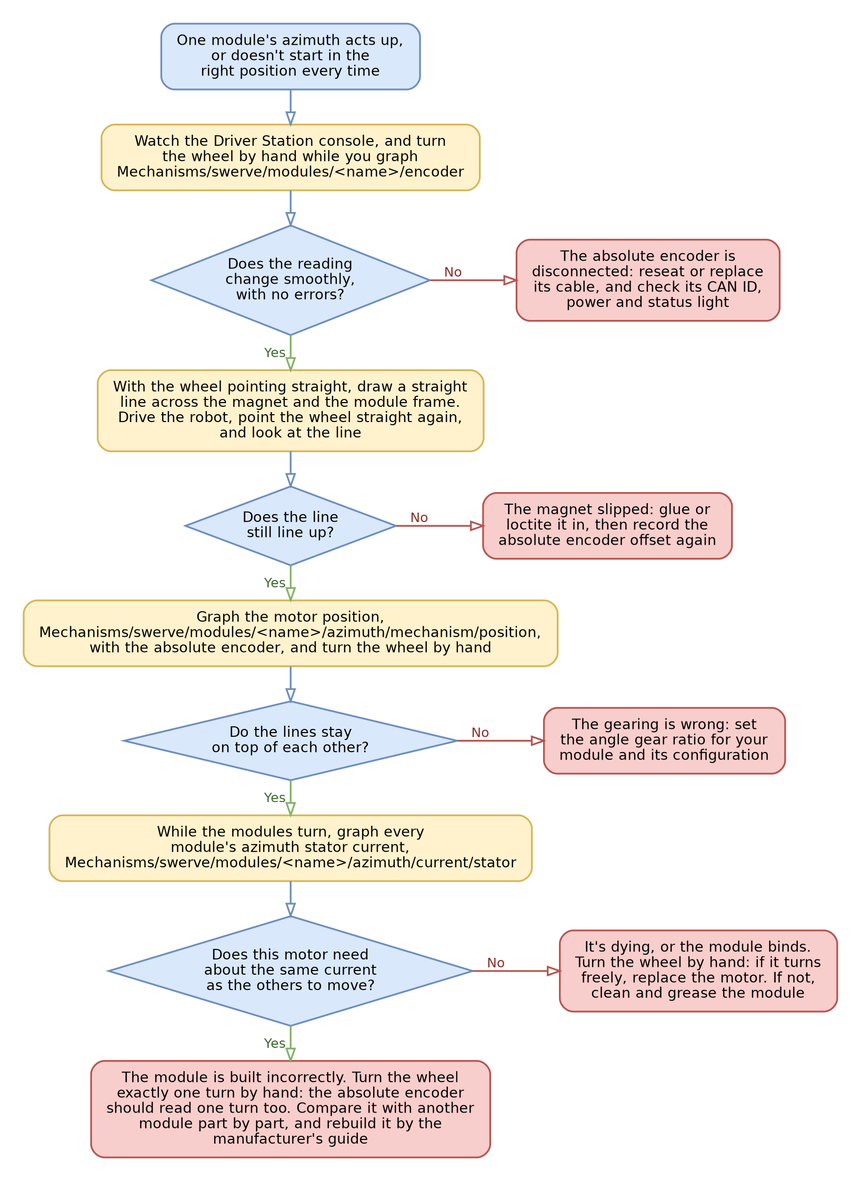
Yet-Another-Software-Suite/YAGSL-gitbook keeps this Graphviz diagram as .gitbook/assets/yagsl-flowchart-azimuth.png. Above is the earlier version. Its source is kept beside it as .gitbook/assets/yagsl-flowchart-azimuth.dot.
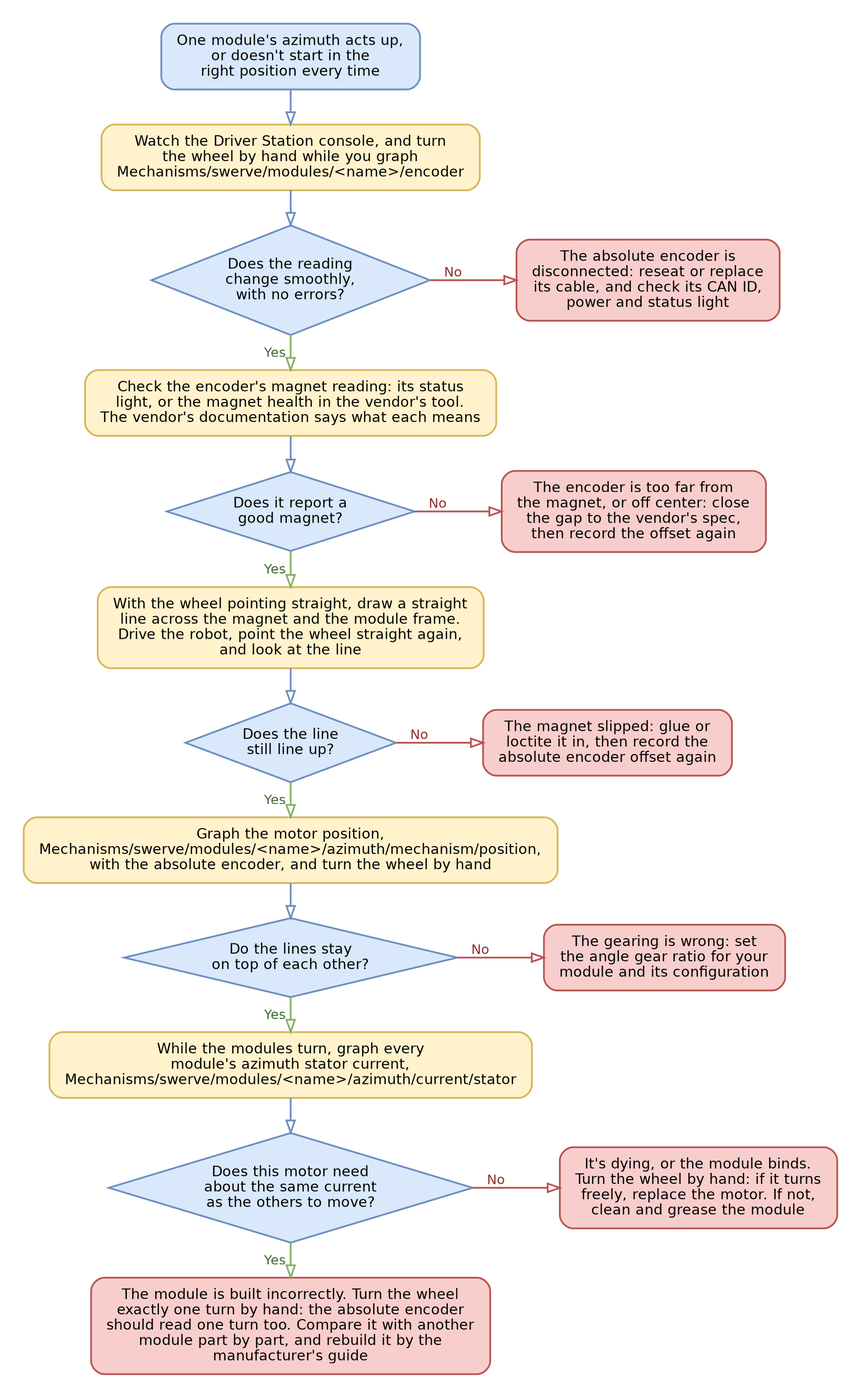
The same diagram one commit later.

Commit message:
Flowcharts: storage last for a slow robot, simpler scaling check, loop overruns at startup are normal, locations in inches, encoder too far from the magnet, drive-straight check is for angle gearing

Diff of the diagram source:
```diff
@@ -12,39 +12,46 @@
   h1 -> q1 [color="#6c8ebf", weight=10];
   q1 -> f1 [xlabel=" No ", color="#b85450", fontcolor="#8c2f2b"];
   q1 -> h2 [xlabel=" Yes ", color="#82b366", fontcolor="#3d6b2f", weight=10];
-  h2 [label="With the wheel pointing straight, draw a straight
-line across the magnet and the module frame.
-Drive the robot, point the wheel straight again,
-and look at the line", shape=box, style="rounded,filled", fillcolor="#fff2cc", color="#d6b656"];
-  q2 [label="Does the line
-still line up?", shape=diamond, style=filled, fillcolor="#dae8fc", color="#6c8ebf", margin="0.05,0.05"];
-  f2 [label="The magnet slipped: glue or
-loctite it in, then record the
-absolute encoder offset again", shape=box, style="rounded,filled", fillcolor="#f8cecc", color="#b85450"];
+  h2 [label="Check the encoder's magnet reading: its status\nlight, or the magnet health in the vendor's tool.\nThe vendor's documentation says what each means", shape=box, style="rounded,filled", fillcolor="#fff2cc", color="#d6b656"];
+  q2 [label="Does it report a\ngood magnet?", shape=diamond, style=filled, fillcolor="#dae8fc", color="#6c8ebf", margin="0.05,0.05"];
+  f2 [label="The encoder is too far from\nthe magnet, or off center: close\nthe gap to the vendor's spec,\nthen record the offset again", shape=box, style="rounded,filled", fillcolor="#f8cecc", color="#b85450"];
   {rank=same; q2; f2;}
   h2 -> q2 [color="#6c8ebf", weight=10];
   q2 -> f2 [xlabel=" No ", color="#b85450", fontcolor="#8c2f2b"];
   q2 -> h3 [xlabel=" Yes ", color="#82b366", fontcolor="#3d6b2f", weight=10];
-  h3 [label="Graph the motor position,\nMechanisms/swerve/modules/<name>/azimuth/mechanism/position,\nwith the absolute encoder, and turn the wheel by hand", shape=box, style="rounded,filled", fillcolor="#fff2cc", color="#d6b656"];
-  q3 [label="Do the lines stay\non top of each other?", shape=diamond, style=filled, fillcolor="#dae8fc", color="#6c8ebf", margin="0.05,0.05"];
-  f3 [label="The gearing is wrong: set\nthe angle gear ratio for your\nmodule and its configuration", shape=box, style="rounded,filled", fillcolor="#f8cecc", color="#b85450"];
+  h3 [label="With the wheel pointing straight, draw a straight
+line across the magnet and the module frame.
+Drive the robot, point the wheel straight again,
+and look at the line", shape=box, style="rounded,filled", fillcolor="#fff2cc", color="#d6b656"];
+  q3 [label="Does the line
+still line up?", shape=diamond, style=filled, fillcolor="#dae8fc", color="#6c8ebf", margin="0.05,0.05"];
+  f3 [label="The magnet slipped: glue or
+loctite it in, then record the
+absolute encoder offset again", shape=box, style="rounded,filled", fillcolor="#f8cecc", color="#b85450"];
   {rank=same; q3; f3;}
   h3 -> q3 [color="#6c8ebf", weight=10];
   q3 -> f3 [xlabel=" No ", color="#b85450", fontcolor="#8c2f2b"];
   q3 -> h4 [xlabel=" Yes ", color="#82b366", fontcolor="#3d6b2f", weight=10];
-  h4 [label="While the modules turn, graph every
+  h4 [label="Graph the motor position,\nMechanisms/swerve/modules/<name>/azimuth/mechanism/position,\nwith the absolute encoder, and turn the wheel by hand", shape=box, style="rounded,filled", fillcolor="#fff2cc", color="#d6b656"];
+  q4 [label="Do the lines stay\non top of each other?", shape=diamond, style=filled, fillcolor="#dae8fc", color="#6c8ebf", margin="0.05,0.05"];
+  f4 [label="The gearing is wrong: set\nthe angle gear ratio for your\nmodule and its configuration", shape=box, style="rounded,filled", fillcolor="#f8cecc", color="#b85450"];
+  {rank=same; q4; f4;}
+  h4 -> q4 [color="#6c8ebf", weight=10];
+  q4 -> f4 [xlabel=" No ", color="#b85450", fontcolor="#8c2f2b"];
+  q4 -> h5 [xlabel=" Yes ", color="#82b366", fontcolor="#3d6b2f", weight=10];
+  h5 [label="While the modules turn, graph every
 module's azimuth stator current,
 Mechanisms/swerve/modules/<name>/azimuth/current/stator", shape=box, style="rounded,filled", fillcolor="#fff2cc", color="#d6b656"];
-  q4 [label="Does this motor need
+  q5 [label="Does this motor need
 about the same current
 as the others to move?", shape=diamond, style=filled, fillcolor="#dae8fc", color="#6c8ebf", margin="0.05,0.05"];
-  f4 [label="It's dying, or the module binds.
+  f5 [label="It's dying, or the module binds.
 Turn the wheel by hand: if it turns
 freely, replace the motor. If not,
 clean and grease the module", shape=box, style="rounded,filled", fillcolor="#f8cecc", color="#b85450"];
-  {rank=same; q4; f4;}
-  h4 -> q4 [color="#6c8ebf", weight=10];
-  q4 -> f4 [xlabel=" No ", color="#b85450", fontcolor="#8c2f2b"];
-  q4 -> d [xlabel=" Yes ", color="#82b366", fontcolor="#3d6b2f", weight=10];
+  {rank=same; q5; f5;}
+  h5 -> q5 [color="#6c8ebf", weight=10];
+  q5 -> f5 [xlabel=" No ", color="#b85450", fontcolor="#8c2f2b"];
+  q5 -> d [xlabel=" Yes ", color="#82b366", fontcolor="#3d6b2f", weight=10];
   d [label="The module is built incorrectly. Turn the wheel\nexactly one turn by hand: the absolute encoder\nshould read one turn too. Compare it with another\nmodule part by part, and rebuild it by the\nmanufacturer's guide", shape=box, style="rounded,filled", fillcolor="#f8cecc", color="#b85450"];
 }
```
